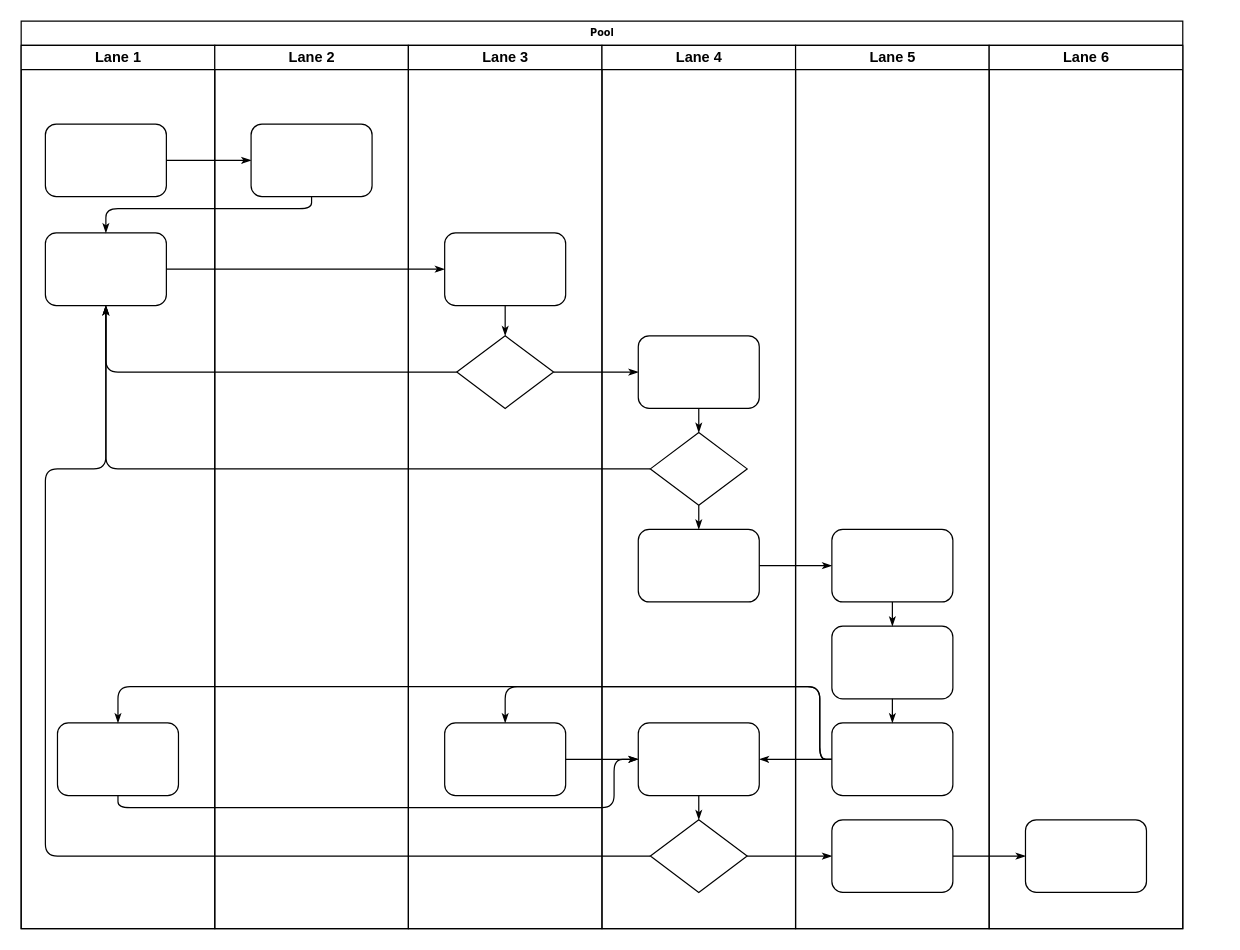
Earlier version of the draw.io diagram data/MES.drawio (chenyanxi/hosts). Source tidied: cells renumbered, new cells numbered last; positions are measured from the earlier drawing's top-left corner, leaving out a move shared by most shapes. Both pictures are drawn from the tidied source at 121%, with x=0, y=0 at pixel (21, 21).
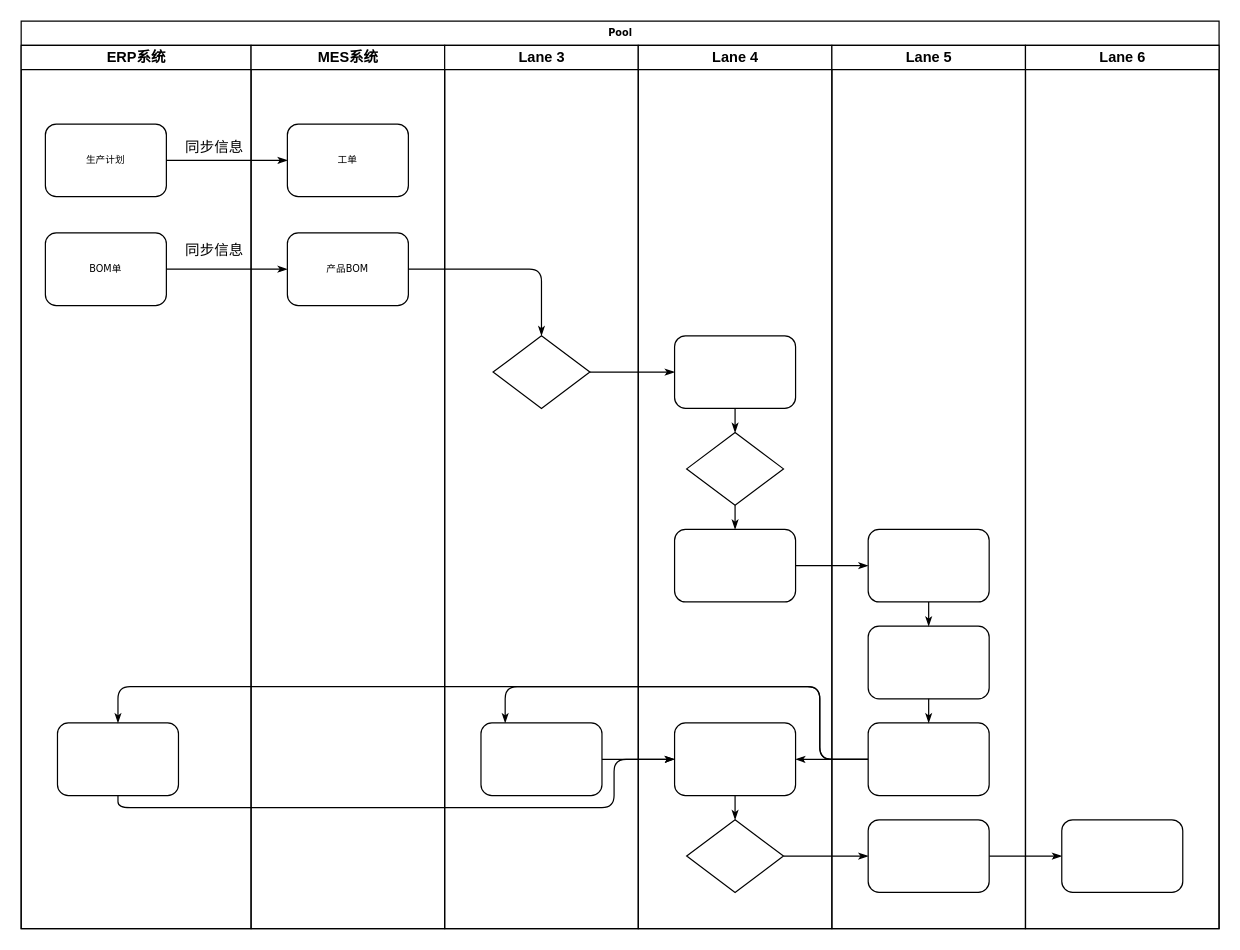
The same diagram, later.

The change refers to these unchanged cells:
```xml
<mxCell id="26" style="rhombus;whiteSpace=wrap;html=1;rounded=0;shadow=0;labelBackgroundColor=none;strokeWidth=1;fontFamily=Verdana;fontSize=8;align=center;" parent="24" vertex="1">
  <mxGeometry x="40" y="240" width="80" height="60" as="geometry" />
</mxCell>
<mxCell id="31" style="rhombus;whiteSpace=wrap;html=1;rounded=0;shadow=0;labelBackgroundColor=none;strokeWidth=1;fontFamily=Verdana;fontSize=8;align=center;" parent="29" vertex="1">
  <mxGeometry x="40" y="320" width="80" height="60" as="geometry" />
</mxCell>
<mxCell id="34" style="rhombus;whiteSpace=wrap;html=1;rounded=0;shadow=0;labelBackgroundColor=none;strokeWidth=1;fontFamily=Verdana;fontSize=8;align=center;" parent="29" vertex="1">
  <mxGeometry x="40" y="640" width="80" height="60" as="geometry" />
</mxCell>
```

Diff of the diagram source:
```diff
@@
     <mxCell id="2" value="Pool" style="swimlane;html=1;startSize=20;rounded=0;shadow=0;labelBackgroundColor=none;strokeWidth=1;fontFamily=Verdana;fontSize=8;align=center;" parent="1" vertex="1">
-      <mxGeometry width="960" height="750" as="geometry" />
+      <mxGeometry width="990" height="750" as="geometry" />
     </mxCell>
-    <mxCell id="3" value="Lane 1" style="swimlane;html=1;startSize=20;" parent="2" vertex="1">
-      <mxGeometry y="20" width="160" height="730" as="geometry" />
+    <mxCell id="3" value="ERP系统" style="swimlane;html=1;startSize=20;" parent="2" vertex="1">
+      <mxGeometry y="20" width="190" height="730" as="geometry" />
     </mxCell>
-    <mxCell id="4" style="rounded=1;whiteSpace=wrap;html=1;shadow=0;labelBackgroundColor=none;strokeWidth=1;fontFamily=Verdana;fontSize=8;align=center;" parent="3" vertex="1">
+    <mxCell id="4" value="生产计划" style="rounded=1;whiteSpace=wrap;html=1;shadow=0;labelBackgroundColor=none;strokeWidth=1;fontFamily=Verdana;fontSize=8;align=center;" parent="3" vertex="1">
       <mxGeometry x="20" y="65" width="100" height="60" as="geometry" />
     </mxCell>
-    <mxCell id="5" style="rounded=1;whiteSpace=wrap;html=1;shadow=0;labelBackgroundColor=none;strokeWidth=1;fontFamily=Verdana;fontSize=8;align=center;" parent="3" vertex="1">
+    <mxCell id="5" value="BOM单" style="rounded=1;whiteSpace=wrap;html=1;shadow=0;labelBackgroundColor=none;strokeWidth=1;fontFamily=Verdana;fontSize=8;align=center;" parent="3" vertex="1">
       <mxGeometry x="20" y="155" width="100" height="60" as="geometry" />
     </mxCell>
@@
+    <mxCell id="47" value="同步信息" style="text;html=1;strokeColor=none;fillColor=none;align=center;verticalAlign=middle;whiteSpace=wrap;rounded=0;" parent="3" vertex="1">
+      <mxGeometry x="130" y="70" width="60" height="30" as="geometry" />
+    </mxCell>
+    <mxCell id="48" value="同步信息" style="text;html=1;strokeColor=none;fillColor=none;align=center;verticalAlign=middle;whiteSpace=wrap;rounded=0;" parent="3" vertex="1">
+      <mxGeometry x="130" y="155" width="60" height="30" as="geometry" />
+    </mxCell>
@@
-    <mxCell id="8" style="edgeStyle=orthogonalEdgeStyle;rounded=1;html=1;labelBackgroundColor=none;startArrow=none;startFill=0;startSize=5;endArrow=classicThin;endFill=1;endSize=5;jettySize=auto;strokeWidth=1;fontFamily=Verdana;fontSize=8;" parent="2" edge="1" source="23" target="5">
-      <mxGeometry relative="1" as="geometry">
-        <Array as="points">
-          <mxPoint x="240" y="155" />
-          <mxPoint x="70" y="155" />
-        </Array>
-      </mxGeometry>
-    </mxCell>
@@
-    <mxCell id="10" style="edgeStyle=orthogonalEdgeStyle;rounded=1;html=1;labelBackgroundColor=none;startArrow=none;startFill=0;startSize=5;endArrow=classicThin;endFill=1;endSize=5;jettySize=auto;strokeWidth=1;fontFamily=Verdana;fontSize=8;" parent="2" edge="1" source="26" target="5">
-      <mxGeometry relative="1" as="geometry" />
-    </mxCell>
-    <mxCell id="11" style="edgeStyle=orthogonalEdgeStyle;rounded=1;html=1;labelBackgroundColor=none;startArrow=none;startFill=0;startSize=5;endArrow=classicThin;endFill=1;endSize=5;jettySize=auto;strokeWidth=1;fontFamily=Verdana;fontSize=8;" parent="2" edge="1" source="31" target="5">
-      <mxGeometry relative="1" as="geometry" />
-    </mxCell>
-    <mxCell id="12" style="edgeStyle=orthogonalEdgeStyle;rounded=1;html=1;labelBackgroundColor=none;startArrow=none;startFill=0;startSize=5;endArrow=classicThin;endFill=1;endSize=5;jettySize=auto;strokeWidth=1;fontFamily=Verdana;fontSize=8;" parent="2" edge="1" source="34" target="5">
-      <mxGeometry relative="1" as="geometry">
-        <Array as="points">
-          <mxPoint x="20" y="690" />
-          <mxPoint x="20" y="370" />
-          <mxPoint x="70" y="370" />
-        </Array>
-      </mxGeometry>
-    </mxCell>
@@
-    <mxCell id="22" value="Lane 2" style="swimlane;html=1;startSize=20;" parent="2" vertex="1">
-      <mxGeometry x="160" y="20" width="160" height="730" as="geometry" />
+    <mxCell id="22" value="MES系统" style="swimlane;html=1;startSize=20;" parent="2" vertex="1">
+      <mxGeometry x="190" y="20" width="160" height="730" as="geometry" />
     </mxCell>
-    <mxCell id="23" style="rounded=1;whiteSpace=wrap;html=1;shadow=0;labelBackgroundColor=none;strokeWidth=1;fontFamily=Verdana;fontSize=8;align=center;" parent="22" vertex="1">
+    <mxCell id="23" value="工单" style="rounded=1;whiteSpace=wrap;html=1;shadow=0;labelBackgroundColor=none;strokeWidth=1;fontFamily=Verdana;fontSize=8;align=center;" parent="22" vertex="1">
       <mxGeometry x="30" y="65" width="100" height="60" as="geometry" />
     </mxCell>
+    <mxCell id="25" value="产品BOM" style="rounded=1;whiteSpace=wrap;html=1;shadow=0;labelBackgroundColor=none;strokeWidth=1;fontFamily=Verdana;fontSize=8;align=center;" parent="22" vertex="1">
+      <mxGeometry x="30" y="155" width="100" height="60" as="geometry" />
+    </mxCell>
     <mxCell id="24" value="Lane 3" style="swimlane;html=1;startSize=20;" parent="2" vertex="1">
-      <mxGeometry x="320" y="20" width="160" height="730" as="geometry" />
+      <mxGeometry x="350" y="20" width="160" height="730" as="geometry" />
     </mxCell>
-    <mxCell id="25" style="rounded=1;whiteSpace=wrap;html=1;shadow=0;labelBackgroundColor=none;strokeWidth=1;fontFamily=Verdana;fontSize=8;align=center;" parent="24" vertex="1">
-      <mxGeometry x="30" y="155" width="100" height="60" as="geometry" />
-    </mxCell>
@@
-    <mxCell id="28" style="edgeStyle=orthogonalEdgeStyle;rounded=1;html=1;labelBackgroundColor=none;startArrow=none;startFill=0;startSize=5;endArrow=classicThin;endFill=1;endSize=5;jettySize=auto;strokeWidth=1;fontFamily=Verdana;fontSize=8;" parent="24" edge="1" source="25" target="26">
-      <mxGeometry relative="1" as="geometry" />
-    </mxCell>
     <mxCell id="29" value="Lane 4" style="swimlane;html=1;startSize=20;" parent="2" vertex="1">
-      <mxGeometry x="480" y="20" width="160" height="730" as="geometry" />
+      <mxGeometry x="510" y="20" width="160" height="730" as="geometry" />
     </mxCell>
@@
     <mxCell id="38" value="Lane 5" style="swimlane;html=1;startSize=20;" parent="2" vertex="1">
-      <mxGeometry x="640" y="20" width="160" height="730" as="geometry" />
+      <mxGeometry x="670" y="20" width="160" height="730" as="geometry" />
     </mxCell>
@@
     <mxCell id="45" value="Lane 6" style="swimlane;html=1;startSize=20;" parent="2" vertex="1">
-      <mxGeometry x="800" y="20" width="160" height="730" as="geometry" />
+      <mxGeometry x="830" y="20" width="160" height="730" as="geometry" />
     </mxCell>
@@
+    <mxCell id="28" style="edgeStyle=orthogonalEdgeStyle;rounded=1;html=1;labelBackgroundColor=none;startArrow=none;startFill=0;startSize=5;endArrow=classicThin;endFill=1;endSize=5;jettySize=auto;strokeWidth=1;fontFamily=Verdana;fontSize=8;" parent="2" edge="1" source="25" target="26">
+      <mxGeometry relative="1" as="geometry" />
+    </mxCell>
```
